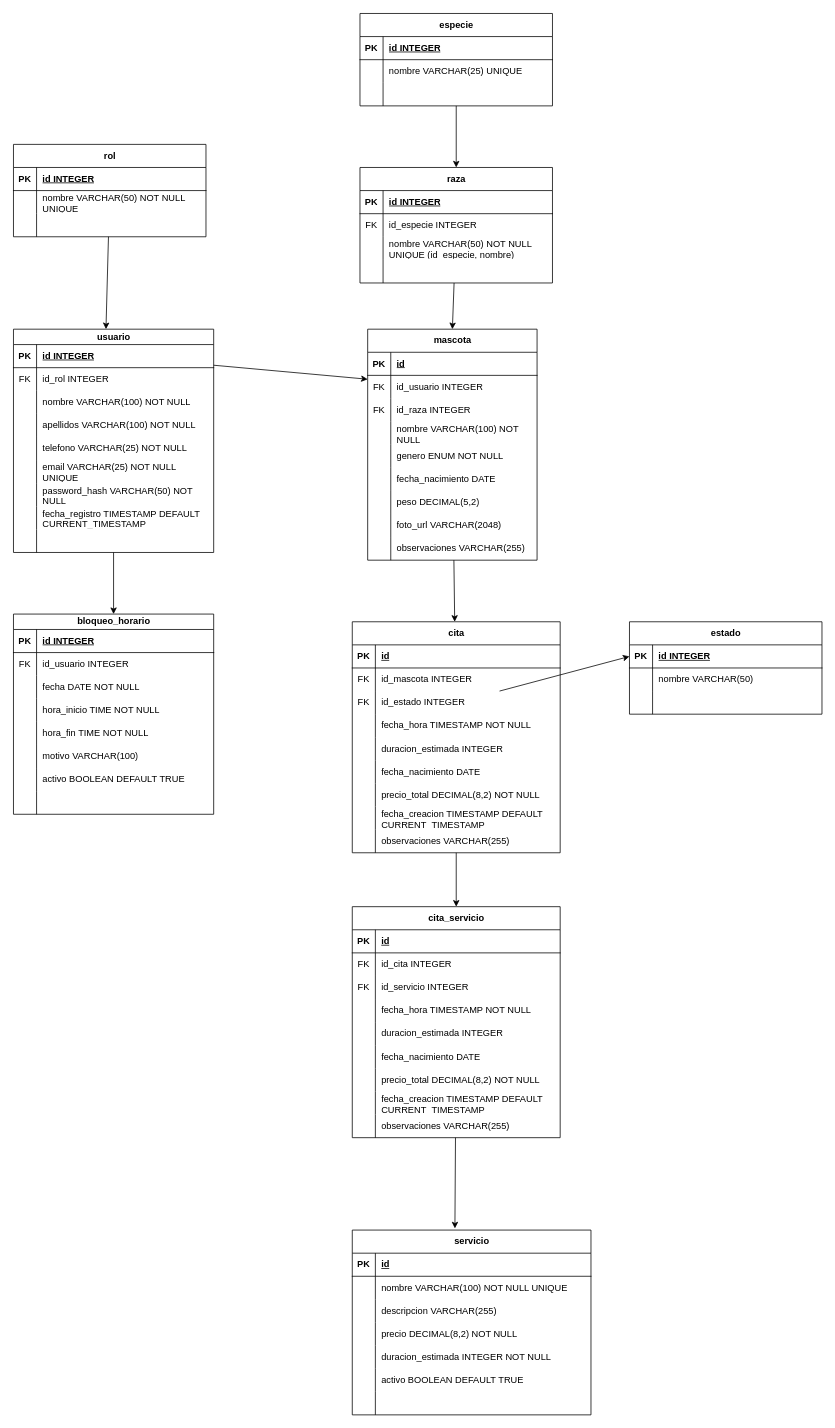
Before: Docs/Diagram Relacional.drawio in jmesmarrero/Perruquera, a draw.io diagram. Source tidied: cells renumbered, new cells numbered last; positions are measured from the earlier drawing's top-left corner, leaving out a move shared by most shapes. Both pictures are drawn from the tidied source at 77%, with x=0, y=0 at pixel (13, 13).
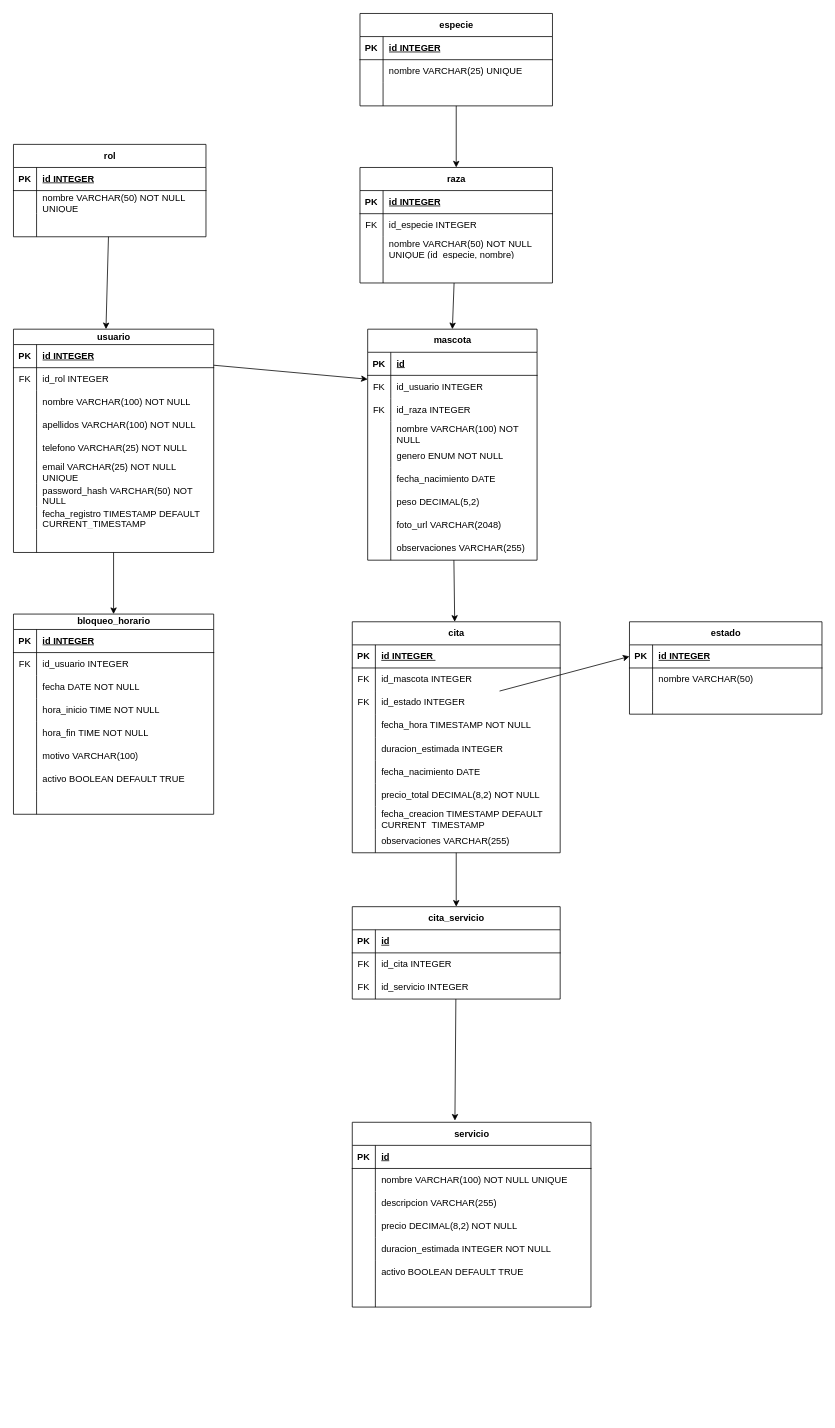
Above is the later version.

Commit message (it also covers changes not shown here):
feat: create tables in schema and README - database

Unchanged cells that the change refers to:
```xml
<mxCell id="99" style="shape=tableRow;horizontal=0;startSize=0;swimlaneHead=0;swimlaneBody=0;fillColor=none;top=0;left=0;right=0;bottom=1;" parent="98" vertex="1">
  <mxGeometry y="30" width="270" height="30" as="geometry" />
</mxCell>
```

Diff of the diagram source:
```diff
@@
-    <mxCell id="101" value="id" style="shape=partialRectangle;fillColor=none;top=0;left=0;bottom=0;right=0;align=left;spacingLeft=6;fontStyle=5;overflow=hidden;whiteSpace=wrap;html=1;" parent="99" vertex="1">
+    <mxCell id="101" value="id INTEGER&amp;nbsp;" style="shape=partialRectangle;fillColor=none;top=0;left=0;bottom=0;right=0;align=left;spacingLeft=6;fontStyle=5;overflow=hidden;whiteSpace=wrap;html=1;" parent="99" vertex="1">
       <mxGeometry x="30" width="240" height="30" as="geometry" />
     </mxCell>
@@
     <mxCell id="137" value="servicio" style="shape=table;startSize=30;childLayout=tableLayout;rowLines=0;fontStyle=1;align=center;html=1;" parent="1" vertex="1">
-      <mxGeometry x="440" y="1580" width="310" height="240" as="geometry" />
+      <mxGeometry x="440" y="1440" width="310" height="240" as="geometry" />
     </mxCell>
@@
     <mxCell id="159" value="cita_servicio" style="shape=table;startSize=30;childLayout=tableLayout;rowLines=0;fontStyle=1;align=center;html=1;" parent="1" vertex="1">
-      <mxGeometry x="440" y="1160" width="270" height="300" as="geometry" />
+      <mxGeometry x="440" y="1160" width="270" height="120" as="geometry" />
     </mxCell>
@@
-    <mxCell id="169" style="shape=tableRow;horizontal=0;startSize=0;swimlaneHead=0;swimlaneBody=0;fillColor=none;top=0;left=0;right=0;bottom=0;" parent="159" vertex="1">
-      <mxGeometry y="120" width="270" height="30" as="geometry" />
-    </mxCell>
-    <mxCell id="170" style="shape=partialRectangle;fillColor=none;top=0;left=0;bottom=0;right=0;overflow=hidden;whiteSpace=wrap;html=1;" parent="169" vertex="1">
-      <mxGeometry width="30" height="30" as="geometry" />
-    </mxCell>
-    <mxCell id="171" value="fecha_hora TIMESTAMP NOT NULL" style="shape=partialRectangle;fillColor=none;top=0;left=0;bottom=0;right=0;align=left;spacingLeft=6;overflow=hidden;whiteSpace=wrap;html=1;" parent="169" vertex="1">
-      <mxGeometry x="30" width="240" height="30" as="geometry" />
-    </mxCell>
-    <mxCell id="172" style="shape=tableRow;horizontal=0;startSize=0;swimlaneHead=0;swimlaneBody=0;fillColor=none;top=0;left=0;right=0;bottom=0;" parent="159" vertex="1">
-      <mxGeometry y="150" width="270" height="30" as="geometry" />
-    </mxCell>
-    <mxCell id="173" style="shape=partialRectangle;fillColor=none;top=0;left=0;bottom=0;right=0;overflow=hidden;whiteSpace=wrap;html=1;" parent="172" vertex="1">
-      <mxGeometry width="30" height="30" as="geometry" />
-    </mxCell>
-    <mxCell id="174" value="duracion_estimada INTEGER" style="shape=partialRectangle;fillColor=none;top=0;left=0;bottom=0;right=0;align=left;spacingLeft=6;overflow=hidden;whiteSpace=wrap;html=1;" parent="172" vertex="1">
-      <mxGeometry x="30" width="240" height="30" as="geometry" />
-    </mxCell>
-    <mxCell id="175" style="shape=tableRow;horizontal=0;startSize=0;swimlaneHead=0;swimlaneBody=0;fillColor=none;top=0;left=0;right=0;bottom=0;" parent="159" vertex="1">
-      <mxGeometry y="180" width="270" height="30" as="geometry" />
-    </mxCell>
-    <mxCell id="176" style="shape=partialRectangle;fillColor=none;top=0;left=0;bottom=0;right=0;overflow=hidden;whiteSpace=wrap;html=1;" parent="175" vertex="1">
-      <mxGeometry width="30" height="30" as="geometry" />
-    </mxCell>
-    <mxCell id="177" value="fecha_nacimiento DATE" style="shape=partialRectangle;fillColor=none;top=0;left=0;bottom=0;right=0;align=left;spacingLeft=6;overflow=hidden;whiteSpace=wrap;html=1;" parent="175" vertex="1">
-      <mxGeometry x="30" width="240" height="30" as="geometry" />
-    </mxCell>
-    <mxCell id="178" style="shape=tableRow;horizontal=0;startSize=0;swimlaneHead=0;swimlaneBody=0;fillColor=none;top=0;left=0;right=0;bottom=0;" parent="159" vertex="1">
-      <mxGeometry y="210" width="270" height="30" as="geometry" />
-    </mxCell>
-    <mxCell id="179" style="shape=partialRectangle;fillColor=none;top=0;left=0;bottom=0;right=0;overflow=hidden;whiteSpace=wrap;html=1;" parent="178" vertex="1">
-      <mxGeometry width="30" height="30" as="geometry" />
-    </mxCell>
-    <mxCell id="180" value="precio_total DECIMAL(8,2) NOT NULL" style="shape=partialRectangle;fillColor=none;top=0;left=0;bottom=0;right=0;align=left;spacingLeft=6;overflow=hidden;whiteSpace=wrap;html=1;" parent="178" vertex="1">
-      <mxGeometry x="30" width="240" height="30" as="geometry" />
-    </mxCell>
-    <mxCell id="181" style="shape=tableRow;horizontal=0;startSize=0;swimlaneHead=0;swimlaneBody=0;fillColor=none;top=0;left=0;right=0;bottom=0;" parent="159" vertex="1">
-      <mxGeometry y="240" width="270" height="30" as="geometry" />
-    </mxCell>
-    <mxCell id="182" style="shape=partialRectangle;fillColor=none;top=0;left=0;bottom=0;right=0;overflow=hidden;whiteSpace=wrap;html=1;" parent="181" vertex="1">
-      <mxGeometry width="30" height="30" as="geometry" />
-    </mxCell>
-    <mxCell id="183" value="fecha_creacion TIMESTAMP DEFAULT CURRENT_TIMESTAMP&amp;nbsp;" style="shape=partialRectangle;fillColor=none;top=0;left=0;bottom=0;right=0;align=left;spacingLeft=6;overflow=hidden;whiteSpace=wrap;html=1;" parent="181" vertex="1">
-      <mxGeometry x="30" width="240" height="30" as="geometry" />
-    </mxCell>
-    <mxCell id="184" style="shape=tableRow;horizontal=0;startSize=0;swimlaneHead=0;swimlaneBody=0;fillColor=none;top=0;left=0;right=0;bottom=0;" parent="159" vertex="1">
-      <mxGeometry y="270" width="270" height="30" as="geometry" />
-    </mxCell>
-    <mxCell id="185" style="shape=partialRectangle;fillColor=none;top=0;left=0;bottom=0;right=0;overflow=hidden;whiteSpace=wrap;html=1;" parent="184" vertex="1">
-      <mxGeometry width="30" height="30" as="geometry" />
-    </mxCell>
-    <mxCell id="186" value="observaciones&amp;nbsp;&lt;span style=&quot;color: rgb(0, 0, 0);&quot;&gt;VARCHAR(255)&lt;/span&gt;" style="shape=partialRectangle;fillColor=none;top=0;left=0;bottom=0;right=0;align=left;spacingLeft=6;overflow=hidden;whiteSpace=wrap;html=1;" parent="184" vertex="1">
-      <mxGeometry x="30" width="240" height="30" as="geometry" />
-    </mxCell>
```
